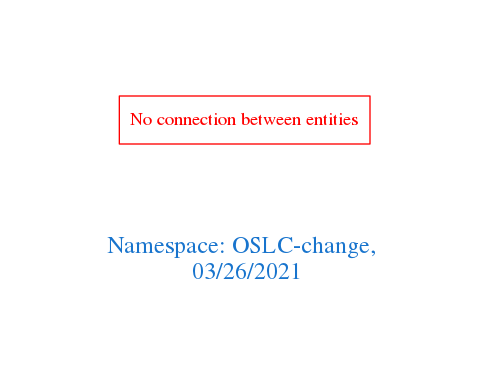
The Graphviz diagram downloads/OSLC-change.png in arago/OGIT, before a commit. Its source is kept beside it as downloads/OSLC-change.dot.
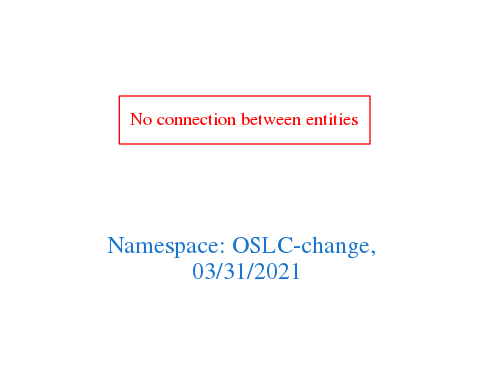
After the commit.

Diff of the diagram source:
```diff
@@ -1,7 +1,7 @@
 digraph OGIT_ontology {
  graph [ rankdir= LR,pad=1
 fontsize = 18,
-fontcolor= dodgerblue3,label = "\n\n\nNamespace: OSLC-change, \n 03/26/2021"];
+fontcolor= dodgerblue3,label = "\n\n\nNamespace: OSLC-change, \n 03/31/2021"];
 node[shape=polygon];
 edge [  color="gray81"];
 
```
